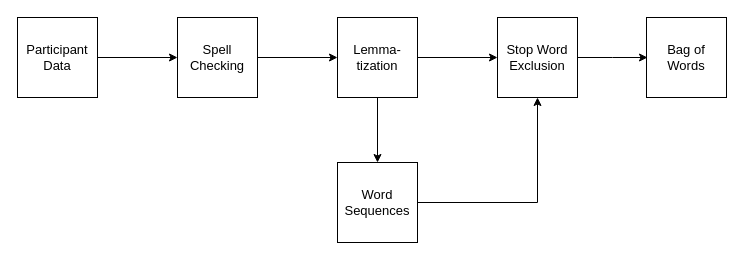
This is manuscript/process_flow.drawio from doomlab/FLT-Primer, a draw.io file, before an edit. Source tidied: cells renumbered, new cells numbered last; positions are measured from the earlier drawing's top-left corner, leaving out a move shared by most shapes. Both pictures are drawn from the tidied source at 100%, with x=0, y=0 at pixel (17, 17).
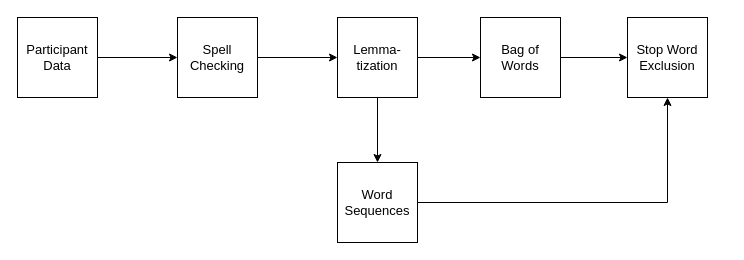
Above is the later version.

Diff of the diagram source:
```diff
@@
 <mxGraphModel>
   <root>
     <mxCell id="0" />
     <mxCell id="1" parent="0" />
     <mxCell id="2" style="edgeStyle=orthogonalEdgeStyle;rounded=0;jettySize=auto;html=1;fontFamily=Helvetica;fontSize=13;" parent="1" edge="1" source="3" target="5">
       <mxGeometry relative="1" as="geometry" />
     </mxCell>
     <mxCell id="3" value="&lt;div style=&quot;font-size: 13px;&quot;&gt;Participant&lt;/div&gt;&lt;div style=&quot;font-size: 13px;&quot;&gt;Data&lt;br style=&quot;font-size: 13px;&quot;&gt;&lt;/div&gt;" style="whiteSpace=wrap;html=1;fontFamily=Helvetica;fontSize=13;" parent="1" vertex="1">
       <mxGeometry width="80" height="80" as="geometry" />
     </mxCell>
     <mxCell id="4" style="edgeStyle=orthogonalEdgeStyle;rounded=0;jettySize=auto;html=1;fontFamily=Helvetica;fontSize=13;" parent="1" edge="1" source="5" target="8">
       <mxGeometry relative="1" as="geometry" />
     </mxCell>
     <mxCell id="5" value="&lt;div style=&quot;font-size: 13px;&quot;&gt;Spell&lt;/div&gt;&lt;div style=&quot;font-size: 13px;&quot;&gt;Checking&lt;br style=&quot;font-size: 13px;&quot;&gt;&lt;/div&gt;" style="whiteSpace=wrap;html=1;fontFamily=Helvetica;fontSize=13;" parent="1" vertex="1">
       <mxGeometry x="160" width="80" height="80" as="geometry" />
     </mxCell>
-    <mxCell id="6" style="edgeStyle=orthogonalEdgeStyle;rounded=0;jettySize=auto;html=1;fontFamily=Helvetica;fontSize=13;" parent="1" edge="1" source="8" target="10">
-      <mxGeometry relative="1" as="geometry" />
-    </mxCell>
     <mxCell id="7" style="edgeStyle=orthogonalEdgeStyle;rounded=0;jettySize=auto;html=1;fontFamily=Helvetica;fontSize=13;" parent="1" edge="1" source="8" target="14">
       <mxGeometry relative="1" as="geometry" />
     </mxCell>
+    <mxCell id="15" style="edgeStyle=orthogonalEdgeStyle;rounded=0;jettySize=auto;html=1;" parent="1" edge="1" source="8" target="12">
+      <mxGeometry relative="1" as="geometry" />
+    </mxCell>
     <mxCell id="8" value="&lt;div&gt;Lemma-&lt;/div&gt;&lt;div&gt;tization&lt;br&gt;&lt;/div&gt;" style="whiteSpace=wrap;html=1;fontFamily=Helvetica;fontSize=13;" parent="1" vertex="1">
       <mxGeometry x="320" width="80" height="80" as="geometry" />
     </mxCell>
-    <mxCell id="9" style="edgeStyle=orthogonalEdgeStyle;rounded=0;jettySize=auto;html=1;fontFamily=Helvetica;fontSize=13;" parent="1" edge="1" source="10">
-      <mxGeometry relative="1" as="geometry">
-        <mxPoint x="630" y="40" as="targetPoint" />
-      </mxGeometry>
-    </mxCell>
     <mxCell id="10" value="&lt;div style=&quot;font-size: 13px;&quot;&gt;Stop Word&lt;br style=&quot;font-size: 13px;&quot;&gt;&lt;/div&gt;&lt;div style=&quot;font-size: 13px;&quot;&gt;Exclusion&lt;/div&gt;" style="whiteSpace=wrap;html=1;fontFamily=Helvetica;fontSize=13;" parent="1" vertex="1">
-      <mxGeometry x="480" width="80" height="80" as="geometry" />
+      <mxGeometry x="610" width="80" height="80" as="geometry" />
     </mxCell>
-    <mxCell id="11" style="edgeStyle=orthogonalEdgeStyle;rounded=0;jettySize=auto;html=1;fontFamily=Helvetica;fontSize=13;" parent="1" edge="1" target="12">
-      <mxGeometry relative="1" as="geometry">
-        <mxPoint x="670" y="80" as="sourcePoint" />
-      </mxGeometry>
-    </mxCell>
+    <mxCell id="16" style="edgeStyle=orthogonalEdgeStyle;rounded=0;jettySize=auto;html=1;" parent="1" edge="1" source="12" target="10">
+      <mxGeometry relative="1" as="geometry" />
+    </mxCell>
     <mxCell id="12" value="Bag of Words" style="whiteSpace=wrap;html=1;fontFamily=Helvetica;fontSize=13;" parent="1" vertex="1">
-      <mxGeometry x="629" width="80" height="80" as="geometry" />
+      <mxGeometry x="463" width="80" height="80" as="geometry" />
     </mxCell>
     <mxCell id="13" style="edgeStyle=orthogonalEdgeStyle;rounded=0;jettySize=auto;html=1;exitX=1;exitY=0.5;exitDx=0;exitDy=0;entryX=0.5;entryY=1;entryDx=0;entryDy=0;fontFamily=Helvetica;fontSize=13;" parent="1" edge="1" source="14" target="10">
       <mxGeometry relative="1" as="geometry" />
     </mxCell>
     <mxCell id="14" value="&lt;div style=&quot;font-size: 13px;&quot;&gt;Word&lt;/div&gt;&lt;div style=&quot;font-size: 13px;&quot;&gt;Sequences&lt;br style=&quot;font-size: 13px;&quot;&gt;&lt;/div&gt;" style="whiteSpace=wrap;html=1;fontFamily=Helvetica;fontSize=13;" parent="1" vertex="1">
       <mxGeometry x="320" y="145" width="80" height="80" as="geometry" />
     </mxCell>
   </root>
 </mxGraphModel>
```
